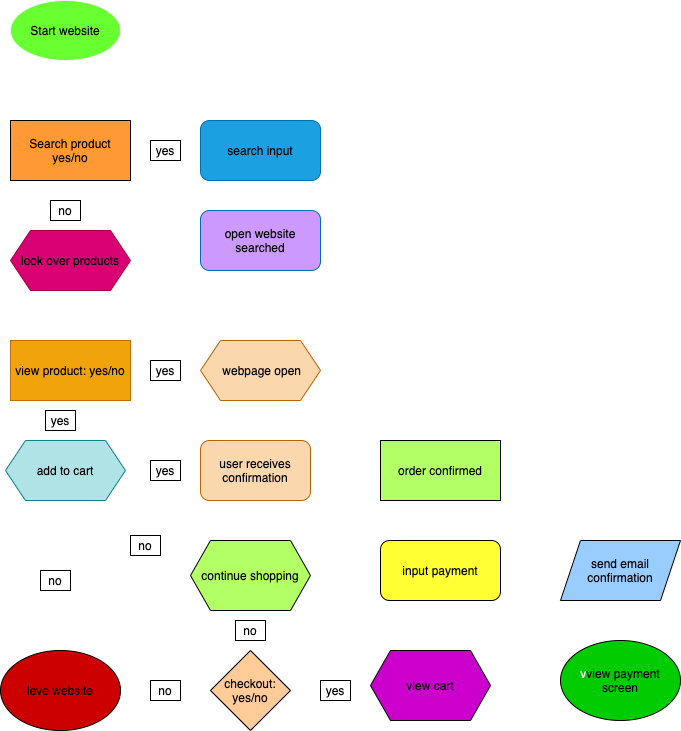
Earlier version of the draw.io export explore/diagramming/diagram.drawio.png (ansavp/fa21-cse110-lab4). Source tidied: cells renumbered, new cells last; positions are measured from the earlier drawing's top-left corner, leaving out a move shared by most shapes.
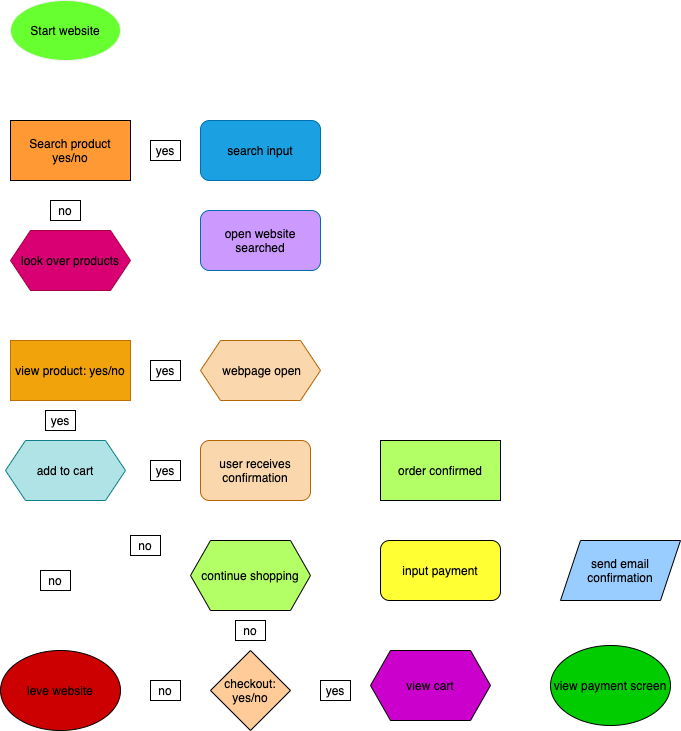
The same file after the commit.

What changed in the source:
```diff
@@ -47,8 +47,8 @@
     <mxCell id="16" value="&lt;font color=&quot;#000000&quot;&gt;view cart&lt;/font&gt;" style="shape=hexagon;perimeter=hexagonPerimeter2;whiteSpace=wrap;html=1;fixedSize=1;fillColor=#CC00CC;" parent="1" vertex="1">
       <mxGeometry x="370" y="650" width="120" height="70" as="geometry" />
     </mxCell>
-    <mxCell id="17" value="v&lt;font color=&quot;#000000&quot;&gt;view payment screen&lt;/font&gt;" style="ellipse;whiteSpace=wrap;html=1;fillColor=#00CC00;fontColor=#F0F0F0;" parent="1" vertex="1">
-      <mxGeometry x="560" y="640" width="120" height="80" as="geometry" />
+    <mxCell id="17" value="&lt;font color=&quot;#000000&quot;&gt;view payment screen&lt;/font&gt;" style="ellipse;whiteSpace=wrap;html=1;fillColor=#00CC00;fontColor=#F0F0F0;" parent="1" vertex="1">
+      <mxGeometry x="550" y="645" width="120" height="80" as="geometry" />
     </mxCell>
     <mxCell id="18" value="&lt;font color=&quot;#000000&quot;&gt;yes&lt;/font&gt;" style="rounded=0;whiteSpace=wrap;html=1;fontColor=#F0F0F0;fillColor=#FFFFFF;" parent="1" vertex="1">
       <mxGeometry x="150" y="140" width="30" height="20" as="geometry" />
```
